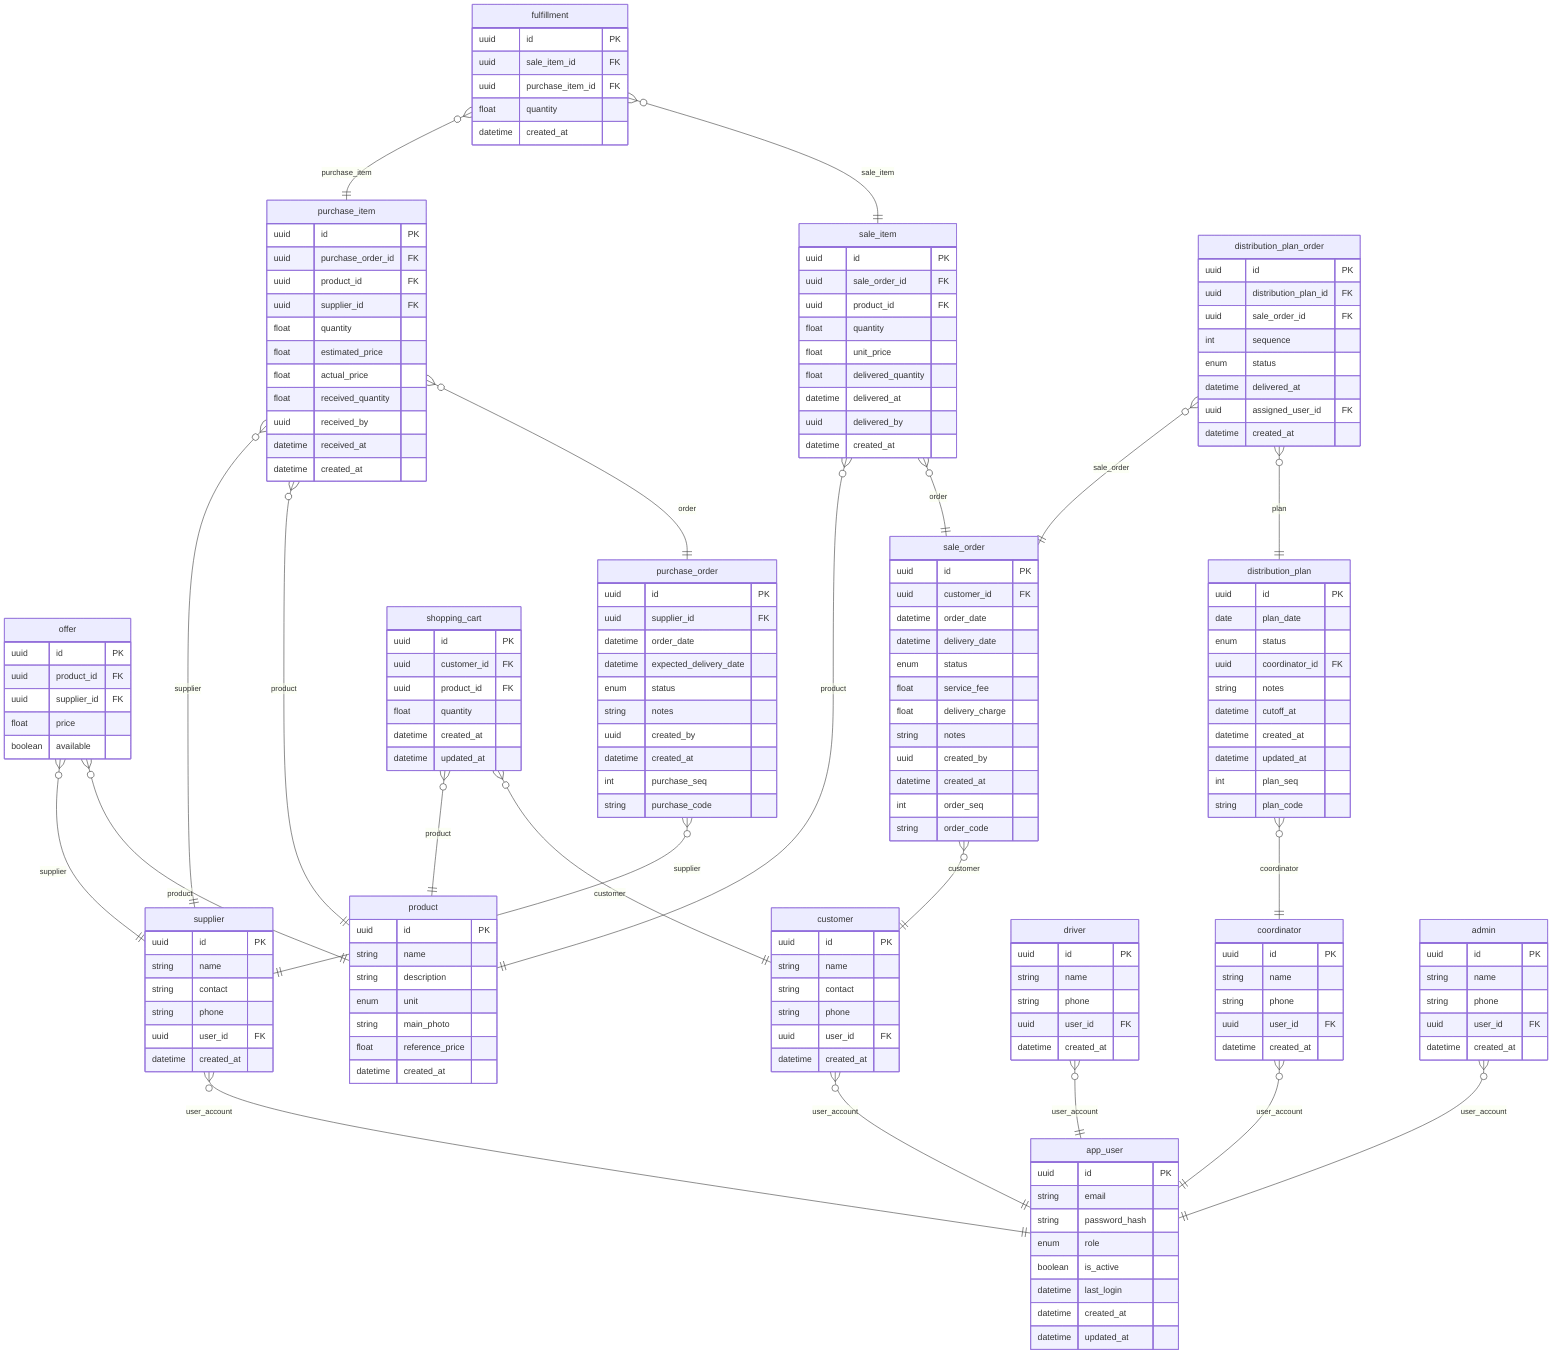
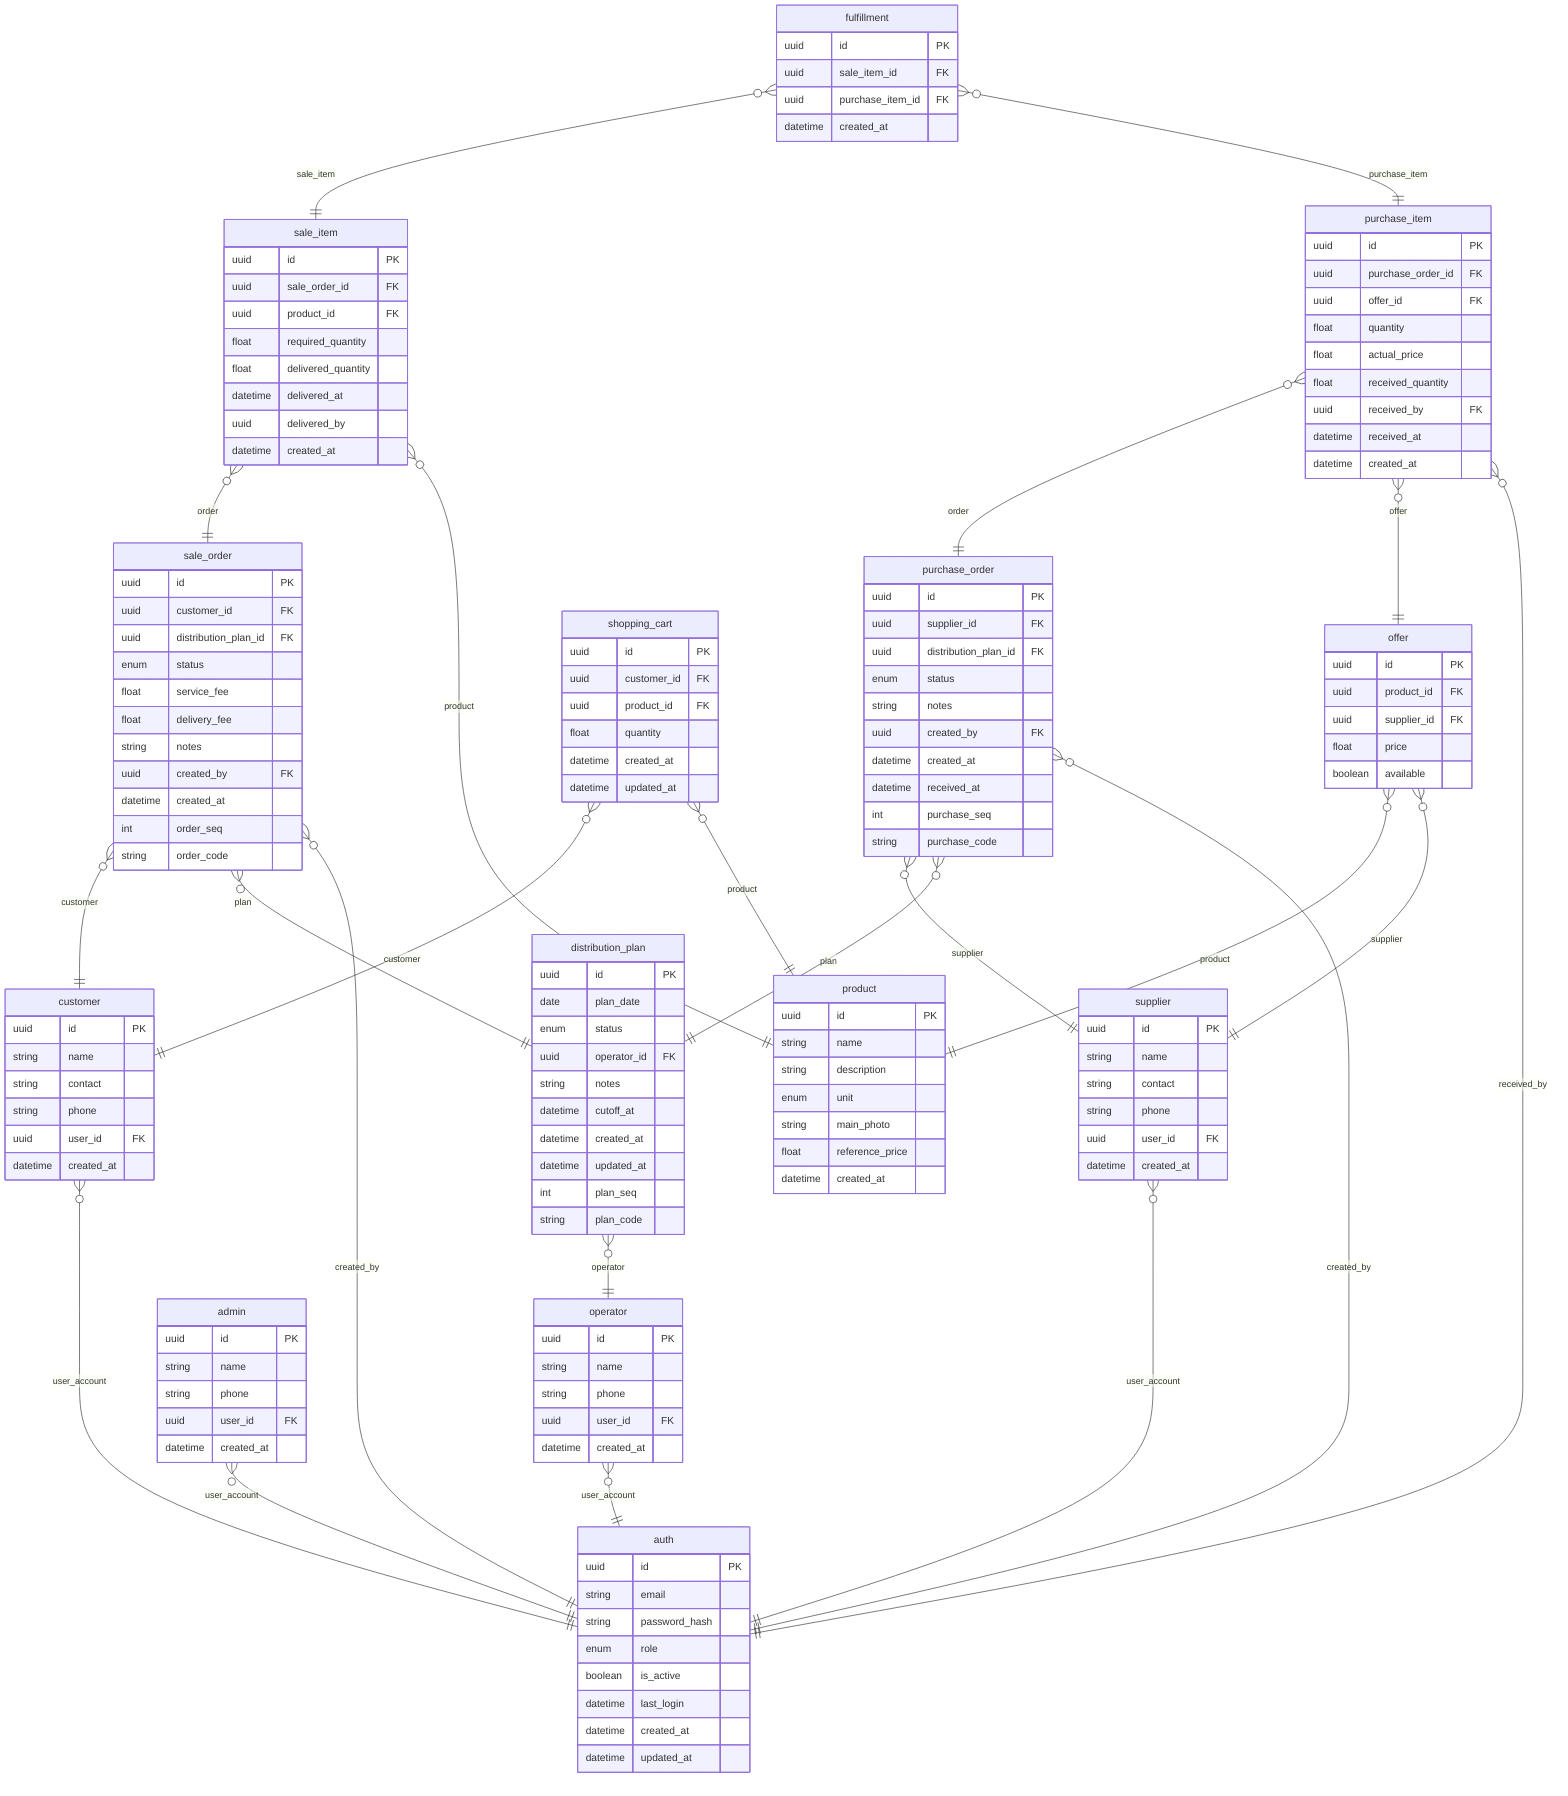
%% Diagrama ER del esquema de base de datos (Jepri Dashboard)
%% Referencia: scripts/supabase_sql.sql

erDiagram
-     app_user {
+     auth {
        uuid id PK
        string email
        string password_hash
        enum role
        boolean is_active
        datetime last_login
        datetime created_at
        datetime updated_at
-     }
- 
-     product {
-         uuid id PK
-         string name
-         string description
-         enum unit
-         string main_photo
-         float reference_price
-         datetime created_at
-     }
- 
-     supplier {
-         uuid id PK
-         string name
-         string contact
-         string phone
-         uuid user_id FK
-         datetime created_at
-     }
- 
-     offer {
-         uuid id PK
-         uuid product_id FK
-         uuid supplier_id FK
-         float price
-         boolean available
    }

    customer {
        uuid id PK
        string name
        string contact
        string phone
        uuid user_id FK
        datetime created_at
    }

-     driver {
-         uuid id PK
-         string name
-         string phone
-         uuid user_id FK
-         datetime created_at
-     }
- 
-     coordinator {
+     operator {
        uuid id PK
        string name
        string phone
        uuid user_id FK
        datetime created_at
    }

    admin {
        uuid id PK
        string name
        string phone
        uuid user_id FK
        datetime created_at
    }

+     supplier {
+         uuid id PK
+         string name
+         string contact
+         string phone
+         uuid user_id FK
+         datetime created_at
+     }
+ 
+     product {
+         uuid id PK
+         string name
+         string description
+         enum unit
+         string main_photo
+         float reference_price
+         datetime created_at
+     }
+ 
+     offer {
+         uuid id PK
+         uuid product_id FK
+         uuid supplier_id FK
+         float price
+         boolean available
+     }
+ 
    sale_order {
        uuid id PK
        uuid customer_id FK
-         datetime order_date
-         datetime delivery_date
+         uuid distribution_plan_id FK
        enum status
        float service_fee
-         float delivery_charge
+         float delivery_fee
        string notes
-         uuid created_by
+         uuid created_by FK
        datetime created_at
        int order_seq
        string order_code
    }

    sale_item {
        uuid id PK
        uuid sale_order_id FK
        uuid product_id FK
-         float quantity
-         float unit_price
+         float required_quantity
        float delivered_quantity
        datetime delivered_at
        uuid delivered_by
-         datetime created_at
-     }
- 
-     purchase_order {
-         uuid id PK
-         uuid supplier_id FK
-         datetime order_date
-         datetime expected_delivery_date
-         enum status
-         string notes
-         uuid created_by
-         datetime created_at
-         int purchase_seq
-         string purchase_code
-     }
- 
-     purchase_item {
-         uuid id PK
-         uuid purchase_order_id FK
-         uuid product_id FK
-         uuid supplier_id FK
-         float quantity
-         float estimated_price
-         float actual_price
-         float received_quantity
-         uuid received_by
-         datetime received_at
-         datetime created_at
-     }
- 
-     fulfillment {
-         uuid id PK
-         uuid sale_item_id FK
-         uuid purchase_item_id FK
-         float quantity
        datetime created_at
    }

    shopping_cart {
        uuid id PK
        uuid customer_id FK
        uuid product_id FK
        float quantity
        datetime created_at
        datetime updated_at
    }

    distribution_plan {
        uuid id PK
        date plan_date
        enum status
-         uuid coordinator_id FK
+         uuid operator_id FK
        string notes
        datetime cutoff_at
        datetime created_at
        datetime updated_at
        int plan_seq
        string plan_code
    }

-     distribution_plan_order {
+     purchase_order {
        uuid id PK
+         uuid supplier_id FK
        uuid distribution_plan_id FK
-         uuid sale_order_id FK
-         int sequence
        enum status
-         datetime delivered_at
-         uuid assigned_user_id FK
+         string notes
+         uuid created_by FK
+         datetime created_at
+         datetime received_at
+         int purchase_seq
+         string purchase_code
+     }
+ 
+     purchase_item {
+         uuid id PK
+         uuid purchase_order_id FK
+         uuid offer_id FK
+         float quantity
+         float actual_price
+         float received_quantity
+         uuid received_by FK
+         datetime received_at
+         datetime created_at
+     }
+ 
+     fulfillment {
+         uuid id PK
+         uuid sale_item_id FK
+         uuid purchase_item_id FK
        datetime created_at
    }

    %% Relaciones (cardinalidades)
-     supplier }o--|| app_user : user_account
-     customer }o--|| app_user : user_account
+     customer }o--|| auth : user_account
+     operator }o--|| auth : user_account
+     admin }o--|| auth : user_account
+     supplier }o--|| auth : user_account

    offer }o--|| product : product
    offer }o--|| supplier : supplier

    sale_order }o--|| customer : customer
+     sale_order }o--|| distribution_plan : plan
+     sale_order }o--|| auth : created_by
+ 
    sale_item }o--|| sale_order : order
    sale_item }o--|| product : product
- 
-     purchase_order }o--|| supplier : supplier
-     purchase_item }o--|| purchase_order : order
-     purchase_item }o--|| product : product
-     purchase_item }o--|| supplier : supplier
- 
-     fulfillment }o--|| sale_item : sale_item
-     fulfillment }o--|| purchase_item : purchase_item

    shopping_cart }o--|| customer : customer
    shopping_cart }o--|| product : product

-     driver }o--|| app_user : user_account
-     coordinator }o--|| app_user : user_account
-     admin }o--|| app_user : user_account
+     distribution_plan }o--|| operator : operator

-     distribution_plan }o--|| coordinator : coordinator
+     purchase_order }o--|| supplier : supplier
+     purchase_order }o--|| distribution_plan : plan
+     purchase_order }o--|| auth : created_by

-     distribution_plan_order }o--|| distribution_plan : plan
-     distribution_plan_order }o--|| sale_order : sale_order
+     purchase_item }o--|| purchase_order : order
+     purchase_item }o--|| offer : offer
+     purchase_item }o--|| auth : received_by

-     %% Vistas (referencia): sale_order_with_total, sale_order_with_total_and_status, purchase_order_with_total+     fulfillment }o--|| sale_item : sale_item
+     fulfillment }o--|| purchase_item : purchase_item